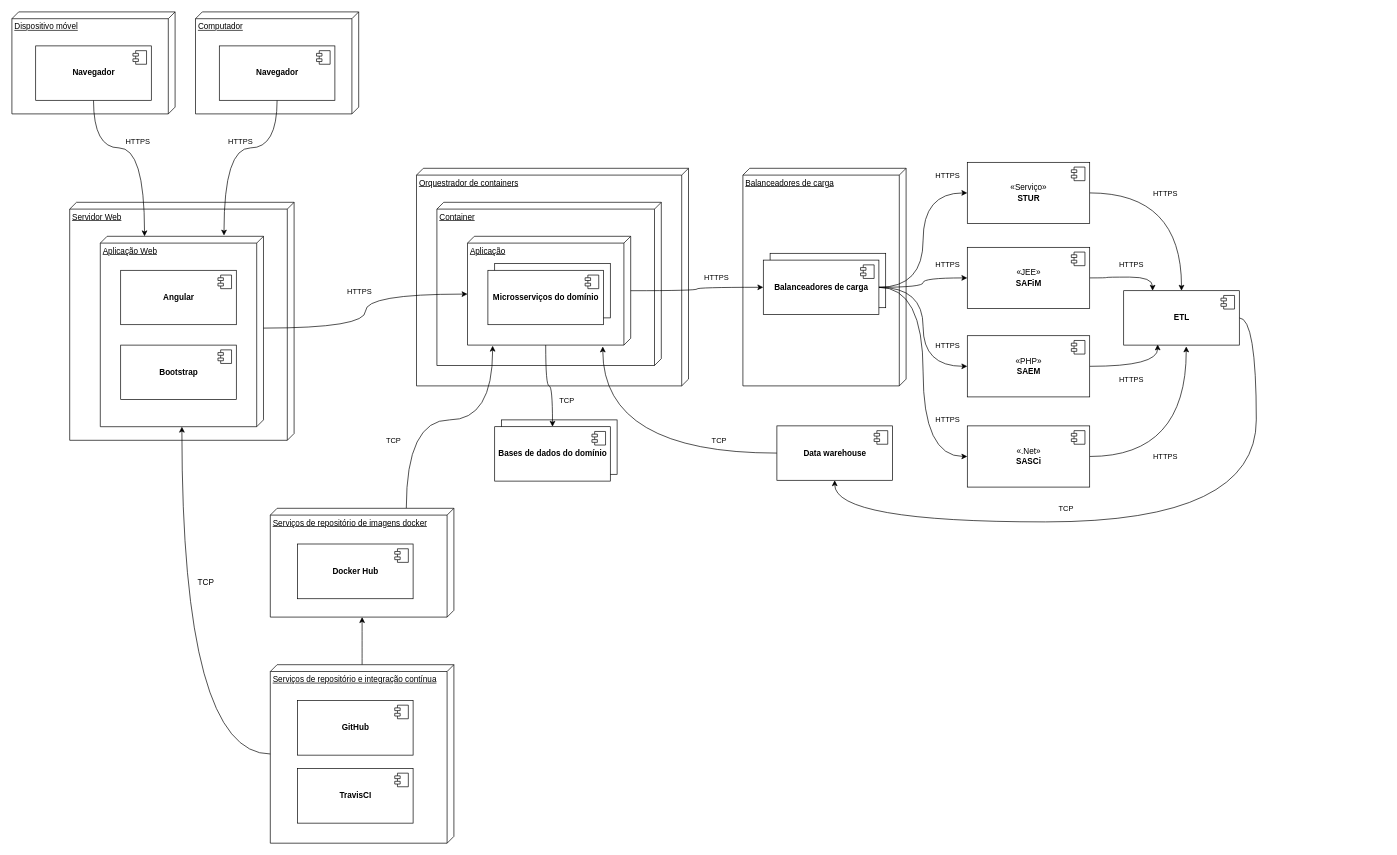
Above: diagrama-de-implantacao.drawio in sgm-poc/sgm-diagramas (draw.io), before the change. Source tidied: cells renumbered, new cells numbered last; positions are measured from the earlier drawing's top-left corner, leaving out a move shared by most shapes. Both pictures are drawn from the tidied source at 68%, with x=0, y=0 at pixel (12, 12).
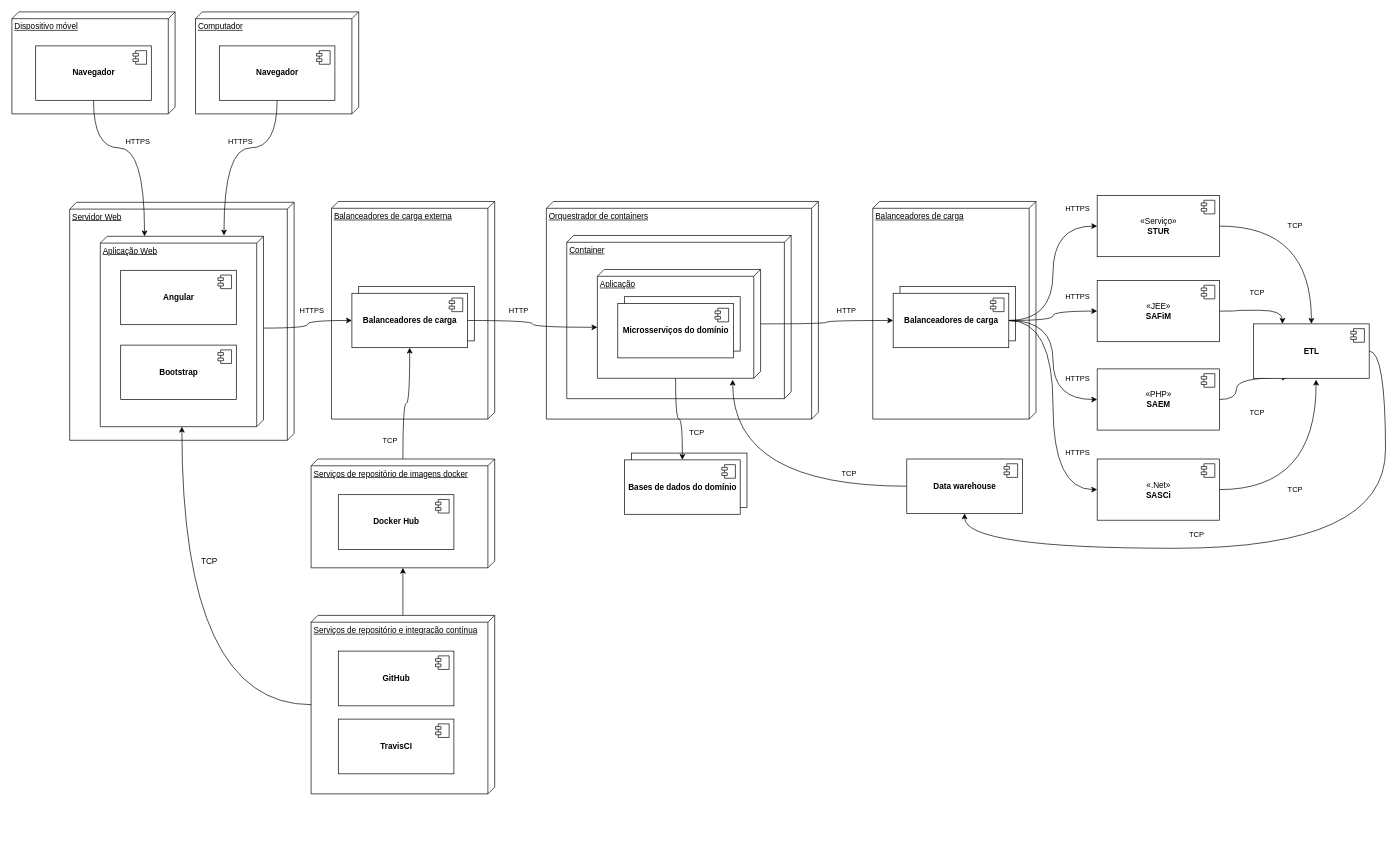
The same diagram, later.

The change refers to these unchanged cells:
```xml
<mxCell id="14" value="Aplicação Web" style="verticalAlign=top;align=left;spacingTop=8;spacingLeft=2;spacingRight=12;shape=cube;size=10;direction=south;fontStyle=4;html=1;" parent="1" vertex="1">
  <mxGeometry x="130" y="330" width="240" height="280" as="geometry" />
</mxCell>
<mxCell id="46" style="edgeStyle=orthogonalEdgeStyle;curved=1;rounded=0;jettySize=auto;html=1;" parent="1" edge="1" source="48" target="68">
  <mxGeometry relative="1" as="geometry" />
</mxCell>
<mxCell id="61" style="edgeStyle=orthogonalEdgeStyle;curved=1;rounded=0;jettySize=auto;html=1;" parent="1" edge="1" source="21" target="35">
  <mxGeometry relative="1" as="geometry" />
</mxCell>
```

Change to the diagram source:
```diff
@@
     <mxCell id="3" value="Serviços de repositório e integração contínua" style="verticalAlign=top;align=left;spacingTop=8;spacingLeft=2;spacingRight=12;shape=cube;size=10;direction=south;fontStyle=4;html=1;" parent="1" vertex="1">
-      <mxGeometry x="380" y="960" width="270" height="262.5" as="geometry" />
+      <mxGeometry x="440" y="887.5" width="270" height="262.5" as="geometry" />
     </mxCell>
@@
     <mxCell id="19" value="Orquestrador de containers" style="verticalAlign=top;align=left;spacingTop=8;spacingLeft=2;spacingRight=12;shape=cube;size=10;direction=south;fontStyle=4;html=1;" parent="1" vertex="1">
-      <mxGeometry x="595" y="230" width="400" height="320" as="geometry" />
+      <mxGeometry x="786" y="278.8" width="400" height="320" as="geometry" />
     </mxCell>
     <mxCell id="20" value="Container" style="verticalAlign=top;align=left;spacingTop=8;spacingLeft=2;spacingRight=12;shape=cube;size=10;direction=south;fontStyle=4;html=1;" parent="1" vertex="1">
-      <mxGeometry x="625" y="280" width="330" height="240" as="geometry" />
+      <mxGeometry x="816" y="328.8" width="330" height="240" as="geometry" />
     </mxCell>
     <mxCell id="21" value="Aplicação" style="verticalAlign=top;align=left;spacingTop=8;spacingLeft=2;spacingRight=12;shape=cube;size=10;direction=south;fontStyle=4;html=1;" parent="1" vertex="1">
-      <mxGeometry x="670" y="330" width="240" height="160" as="geometry" />
+      <mxGeometry x="861" y="378.8" width="240" height="160" as="geometry" />
     </mxCell>
     <mxCell id="22" value="Balanceadores de carga" style="verticalAlign=top;align=left;spacingTop=8;spacingLeft=2;spacingRight=12;shape=cube;size=10;direction=south;fontStyle=4;html=1;" parent="1" vertex="1">
-      <mxGeometry x="1075" y="230" width="240" height="320" as="geometry" />
+      <mxGeometry x="1266" y="278.8" width="240" height="320" as="geometry" />
     </mxCell>
     <mxCell id="23" style="html=1;" parent="1" vertex="1">
-      <mxGeometry x="710" y="370" width="170" height="80" as="geometry" />
+      <mxGeometry x="901" y="418.8" width="170" height="80" as="geometry" />
     </mxCell>
     <mxCell id="24" value="&lt;b&gt;Microsserviços do domínio&lt;/b&gt;" style="html=1;" parent="1" vertex="1">
-      <mxGeometry x="700" y="380" width="170" height="80" as="geometry" />
+      <mxGeometry x="891" y="428.8" width="170" height="80" as="geometry" />
     </mxCell>
@@
     <mxCell id="26" style="html=1;" parent="1" vertex="1">
-      <mxGeometry x="720" y="600" width="170" height="80" as="geometry" />
+      <mxGeometry x="911" y="648.8" width="170" height="80" as="geometry" />
     </mxCell>
     <mxCell id="27" value="&lt;b&gt;Bases de dados do domínio&lt;/b&gt;" style="html=1;" parent="1" vertex="1">
-      <mxGeometry x="710" y="610" width="170" height="80" as="geometry" />
+      <mxGeometry x="901" y="658.8" width="170" height="80" as="geometry" />
     </mxCell>
@@
     <mxCell id="29" style="html=1;" parent="1" vertex="1">
-      <mxGeometry x="1115" y="355" width="170" height="80" as="geometry" />
+      <mxGeometry x="1306" y="403.8" width="170" height="80" as="geometry" />
     </mxCell>
@@
     <mxCell id="35" value="&lt;b&gt;Balanceadores de carga&lt;/b&gt;" style="html=1;" parent="1" vertex="1">
-      <mxGeometry x="1105" y="365" width="170" height="80" as="geometry" />
+      <mxGeometry x="1296" y="413.8" width="170" height="80" as="geometry" />
     </mxCell>
@@
     <mxCell id="38" value="«JEE»&lt;br&gt;&lt;b&gt;SAFiM&lt;/b&gt;" style="html=1;" parent="1" vertex="1">
-      <mxGeometry x="1405" y="346.2" width="180" height="90" as="geometry" />
+      <mxGeometry x="1596" y="395" width="180" height="90" as="geometry" />
     </mxCell>
@@
     <mxCell id="41" value="«PHP»&lt;br&gt;&lt;b&gt;SAEM&lt;/b&gt;" style="html=1;" parent="1" vertex="1">
-      <mxGeometry x="1405" y="476.2" width="180" height="90" as="geometry" />
+      <mxGeometry x="1596" y="525" width="180" height="90" as="geometry" />
     </mxCell>
@@
     <mxCell id="44" value="«.Net»&lt;br&gt;&lt;b&gt;SASCi&lt;/b&gt;" style="html=1;" parent="1" vertex="1">
-      <mxGeometry x="1405" y="608.8" width="180" height="90" as="geometry" />
+      <mxGeometry x="1596" y="657.5" width="180" height="90" as="geometry" />
     </mxCell>
@@
-    <mxCell id="47" value="HTTPS" style="edgeLabel;html=1;align=center;verticalAlign=middle;" parent="46" vertex="1">
+    <mxCell id="47" value="TCP" style="edgeLabel;html=1;align=center;verticalAlign=middle;" parent="46" vertex="1">
       <mxGeometry x="-0.4" y="-26" relative="1" as="geometry">
         <mxPoint x="26" y="-26.1" as="offset" />
       </mxGeometry>
     </mxCell>
     <mxCell id="48" value="«Serviço»&lt;br&gt;&lt;b&gt;STUR&lt;/b&gt;" style="html=1;" parent="1" vertex="1">
-      <mxGeometry x="1405" y="221.2" width="180" height="90" as="geometry" />
+      <mxGeometry x="1596" y="270" width="180" height="90" as="geometry" />
     </mxCell>
@@
     <mxCell id="52" value="&lt;b&gt;Data warehouse&lt;/b&gt;" style="html=1;" parent="1" vertex="1">
-      <mxGeometry x="1125" y="608.8" width="170" height="80" as="geometry" />
+      <mxGeometry x="1316" y="657.5" width="170" height="80" as="geometry" />
     </mxCell>
@@
     <mxCell id="54" value="&lt;b&gt;GitHub&lt;/b&gt;" style="html=1;" parent="1" vertex="1">
-      <mxGeometry x="420" y="1012.5" width="170" height="80.5" as="geometry" />
+      <mxGeometry x="480" y="940" width="170" height="80.5" as="geometry" />
     </mxCell>
@@
     <mxCell id="56" value="&lt;b&gt;TravisCI&lt;/b&gt;" style="html=1;" parent="1" vertex="1">
-      <mxGeometry x="420" y="1112.5" width="170" height="80.5" as="geometry" />
+      <mxGeometry x="480" y="1040" width="170" height="80.5" as="geometry" />
     </mxCell>
@@
-    <mxCell id="59" style="edgeStyle=orthogonalEdgeStyle;curved=1;rounded=0;jettySize=auto;html=1;exitX=0;exitY=0;exitDx=135;exitDy=0;exitPerimeter=0;entryX=0;entryY=0;entryDx=85;entryDy=240;entryPerimeter=0;" parent="1" edge="1" source="14" target="21">
-      <mxGeometry relative="1" as="geometry" />
-    </mxCell>
-    <mxCell id="60" value="HTTPS" style="edgeLabel;html=1;align=center;verticalAlign=middle;" parent="59" vertex="1">
-      <mxGeometry x="0.39" y="-6" relative="1" as="geometry">
-        <mxPoint x="-53" y="-11" as="offset" />
-      </mxGeometry>
-    </mxCell>
@@
-    <mxCell id="62" value="HTTPS" style="edgeLabel;html=1;align=center;verticalAlign=middle;" parent="61" vertex="1">
+    <mxCell id="62" value="HTTP" style="edgeLabel;html=1;align=center;verticalAlign=middle;" parent="61" vertex="1">
       <mxGeometry x="0.34" y="-1" relative="1" as="geometry">
         <mxPoint x="-4" y="-16" as="offset" />
       </mxGeometry>
     </mxCell>
     <mxCell id="63" value="HTTPS" style="edgeLabel;html=1;align=center;verticalAlign=middle;" parent="1" vertex="1">
-      <mxGeometry x="1375" y="490" as="geometry" />
+      <mxGeometry x="1566" y="538.8" as="geometry" />
     </mxCell>
     <mxCell id="64" value="HTTPS" style="edgeLabel;html=1;align=center;verticalAlign=middle;" parent="1" vertex="1">
-      <mxGeometry x="1375" y="370" as="geometry" />
+      <mxGeometry x="1566" y="418.8" as="geometry" />
     </mxCell>
     <mxCell id="65" value="HTTPS" style="edgeLabel;html=1;align=center;verticalAlign=middle;" parent="1" vertex="1">
-      <mxGeometry x="1375" y="240" as="geometry" />
+      <mxGeometry x="1566" y="288.8" as="geometry" />
     </mxCell>
     <mxCell id="66" style="edgeStyle=orthogonalEdgeStyle;curved=1;rounded=0;jettySize=auto;html=1;entryX=0.5;entryY=1;entryDx=0;entryDy=0;" parent="1" edge="1" source="68" target="52">
       <mxGeometry relative="1" as="geometry">
         <Array as="points">
-          <mxPoint x="1830" y="450" />
-          <mxPoint x="1830" y="750" />
-          <mxPoint x="1210" y="750" />
+          <mxPoint x="2020" y="498.8" />
+          <mxPoint x="2020" y="788.8" />
+          <mxPoint x="1401" y="788.8" />
         </Array>
       </mxGeometry>
     </mxCell>
@@
     <mxCell id="68" value="&lt;b&gt;ETL&lt;/b&gt;" style="html=1;" parent="1" vertex="1">
-      <mxGeometry x="1635" y="410" width="170" height="80" as="geometry" />
+      <mxGeometry x="1826" y="458.8" width="170" height="80" as="geometry" />
     </mxCell>
@@
-    <mxCell id="70" value="HTTPS" style="edgeLabel;html=1;align=center;verticalAlign=middle;" parent="1" vertex="1">
-      <mxGeometry x="1645" y="370" as="geometry" />
+    <mxCell id="70" value="TCP" style="edgeLabel;html=1;align=center;verticalAlign=middle;" parent="1" vertex="1">
+      <mxGeometry x="1840" y="395" as="geometry">
+        <mxPoint x="-10" y="17" as="offset" />
+      </mxGeometry>
     </mxCell>
-    <mxCell id="71" value="HTTPS" style="edgeLabel;html=1;align=center;verticalAlign=middle;" parent="1" vertex="1">
-      <mxGeometry x="1645" y="540" as="geometry" />
+    <mxCell id="71" value="&lt;span style=&quot;color: rgb(0, 0, 0); font-family: helvetica; font-size: 11px; font-style: normal; font-weight: 400; letter-spacing: normal; text-align: center; text-indent: 0px; text-transform: none; word-spacing: 0px; background-color: rgb(255, 255, 255); display: inline; float: none;&quot;&gt;TCP&lt;/span&gt;" style="edgeLabel;html=1;align=center;verticalAlign=middle;" parent="1" vertex="1">
+      <mxGeometry x="1836" y="588.8" as="geometry">
+        <mxPoint x="-6" as="offset" />
+      </mxGeometry>
     </mxCell>
-    <mxCell id="72" value="HTTPS" style="edgeLabel;html=1;align=center;verticalAlign=middle;" parent="1" vertex="1">
-      <mxGeometry x="1695" y="653.8" as="geometry" />
+    <mxCell id="72" value="TCP" style="edgeLabel;html=1;align=center;verticalAlign=middle;" parent="1" vertex="1">
+      <mxGeometry x="1886" y="702.5" as="geometry" />
     </mxCell>
@@
-    <mxCell id="76" style="edgeStyle=orthogonalEdgeStyle;curved=1;rounded=0;jettySize=auto;html=1;entryX=1.006;entryY=0.846;entryDx=0;entryDy=0;entryPerimeter=0;" parent="1" edge="1" source="78" target="21">
-      <mxGeometry relative="1" as="geometry">
-        <Array as="points">
-          <mxPoint x="580" y="600" />
-          <mxPoint x="707" y="600" />
-        </Array>
-      </mxGeometry>
-    </mxCell>
-    <mxCell id="77" value="TCP" style="edgeLabel;html=1;align=center;verticalAlign=middle;" parent="76" vertex="1">
-      <mxGeometry x="-0.51" y="-11" relative="1" as="geometry">
-        <mxPoint x="-31" y="-11" as="offset" />
-      </mxGeometry>
-    </mxCell>
     <mxCell id="78" value="Serviços de repositório de imagens docker" style="verticalAlign=top;align=left;spacingTop=8;spacingLeft=2;spacingRight=12;shape=cube;size=10;direction=south;fontStyle=4;html=1;" parent="1" vertex="1">
-      <mxGeometry x="380" y="730" width="270" height="160" as="geometry" />
+      <mxGeometry x="440" y="657.5" width="270" height="160" as="geometry" />
     </mxCell>
     <mxCell id="79" value="&lt;b&gt;Docker Hub&lt;/b&gt;" style="html=1;" parent="1" vertex="1">
-      <mxGeometry x="420" y="782.5" width="170" height="80.5" as="geometry" />
+      <mxGeometry x="480" y="710" width="170" height="80.5" as="geometry" />
     </mxCell>
@@
     <mxCell id="81" value="TCP" style="text;html=1;align=center;verticalAlign=middle;" parent="1" vertex="1">
-      <mxGeometry x="265" y="830" width="40" height="20" as="geometry" />
+      <mxGeometry x="270" y="797.5" width="40" height="20" as="geometry" />
     </mxCell>
+    <mxCell id="82" value="Balanceadores de carga externa" style="verticalAlign=top;align=left;spacingTop=8;spacingLeft=2;spacingRight=12;shape=cube;size=10;direction=south;fontStyle=4;html=1;" parent="1" vertex="1">
+      <mxGeometry x="470" y="278.8" width="240" height="320" as="geometry" />
+    </mxCell>
+    <mxCell id="83" style="html=1;" parent="1" vertex="1">
+      <mxGeometry x="510" y="403.8" width="170" height="80" as="geometry" />
+    </mxCell>
+    <mxCell id="84" style="edgeStyle=orthogonalEdgeStyle;rounded=0;jettySize=auto;html=1;entryX=0;entryY=0;entryDx=85;entryDy=240.00000000000003;entryPerimeter=0;curved=1;" parent="1" edge="1" source="86" target="21">
+      <mxGeometry relative="1" as="geometry" />
+    </mxCell>
+    <mxCell id="85" value="HTTP" style="edgeLabel;html=1;align=center;verticalAlign=middle;" parent="84" vertex="1">
+      <mxGeometry x="0.02" y="-21" relative="1" as="geometry">
+        <mxPoint y="-22.3" as="offset" />
+      </mxGeometry>
+    </mxCell>
+    <mxCell id="86" value="&lt;b&gt;Balanceadores de carga&lt;/b&gt;" style="html=1;" parent="1" vertex="1">
+      <mxGeometry x="500" y="413.8" width="170" height="80" as="geometry" />
+    </mxCell>
+    <mxCell id="87" style="shape=component;jettyWidth=8;jettyHeight=4;" parent="86" vertex="1">
+      <mxGeometry x="1" width="20" height="20" relative="1" as="geometry">
+        <mxPoint x="-27" y="7" as="offset" />
+      </mxGeometry>
+    </mxCell>
+    <mxCell id="59" style="edgeStyle=orthogonalEdgeStyle;curved=1;rounded=0;jettySize=auto;html=1;exitX=0;exitY=0;exitDx=135;exitDy=0;exitPerimeter=0;entryX=0;entryY=0.5;entryDx=0;entryDy=0;" parent="1" edge="1" source="14" target="86">
+      <mxGeometry relative="1" as="geometry" />
+    </mxCell>
+    <mxCell id="60" value="HTTPS" style="edgeLabel;html=1;align=center;verticalAlign=middle;" parent="59" vertex="1">
+      <mxGeometry x="0.39" y="-6" relative="1" as="geometry">
+        <mxPoint x="-16.7" y="-21" as="offset" />
+      </mxGeometry>
+    </mxCell>
+    <mxCell id="76" style="edgeStyle=orthogonalEdgeStyle;curved=1;rounded=0;jettySize=auto;html=1;entryX=0.5;entryY=1;entryDx=0;entryDy=0;" parent="1" edge="1" source="78" target="86">
+      <mxGeometry relative="1" as="geometry" />
+    </mxCell>
+    <mxCell id="77" value="TCP" style="edgeLabel;html=1;align=center;verticalAlign=middle;" parent="76" vertex="1">
+      <mxGeometry x="-0.51" y="-11" relative="1" as="geometry">
+        <mxPoint x="-31" y="14.5" as="offset" />
+      </mxGeometry>
+    </mxCell>
```
